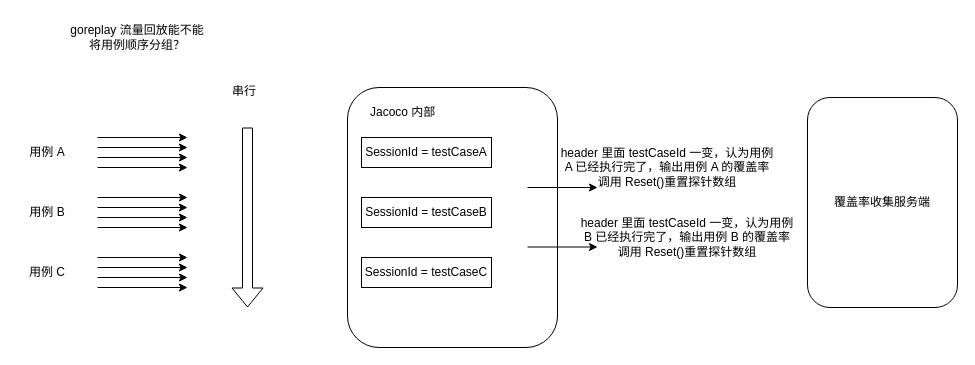
Earlier version of the draw.io diagram draw.io/Session 不同用例区分测试.drawio (KeatonLi/pictures). Source tidied: cells renumbered, new cells numbered last; positions are measured from the earlier drawing's top-left corner, leaving out a move shared by most shapes. Both pictures are drawn from the tidied source at 100%, with x=0, y=0 at pixel (17, 17).
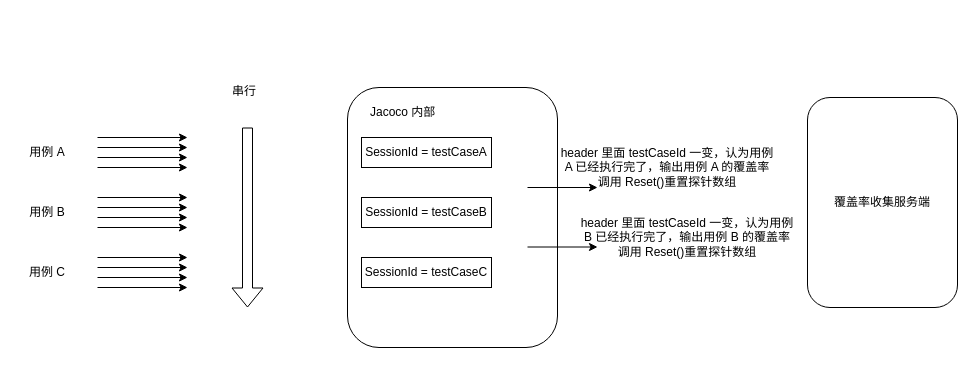
The same diagram, later.

Commit message:
更新Session 不同用例区分测试.drawio

Change to the diagram source:
```diff
@@
-    <mxCell id="29" value="goreplay 流量回放能不能将用例顺序分组？" style="text;html=1;align=center;verticalAlign=middle;whiteSpace=wrap;rounded=0;" parent="1" vertex="1">
-      <mxGeometry x="50" width="140" height="40" as="geometry" />
-    </mxCell>
```
